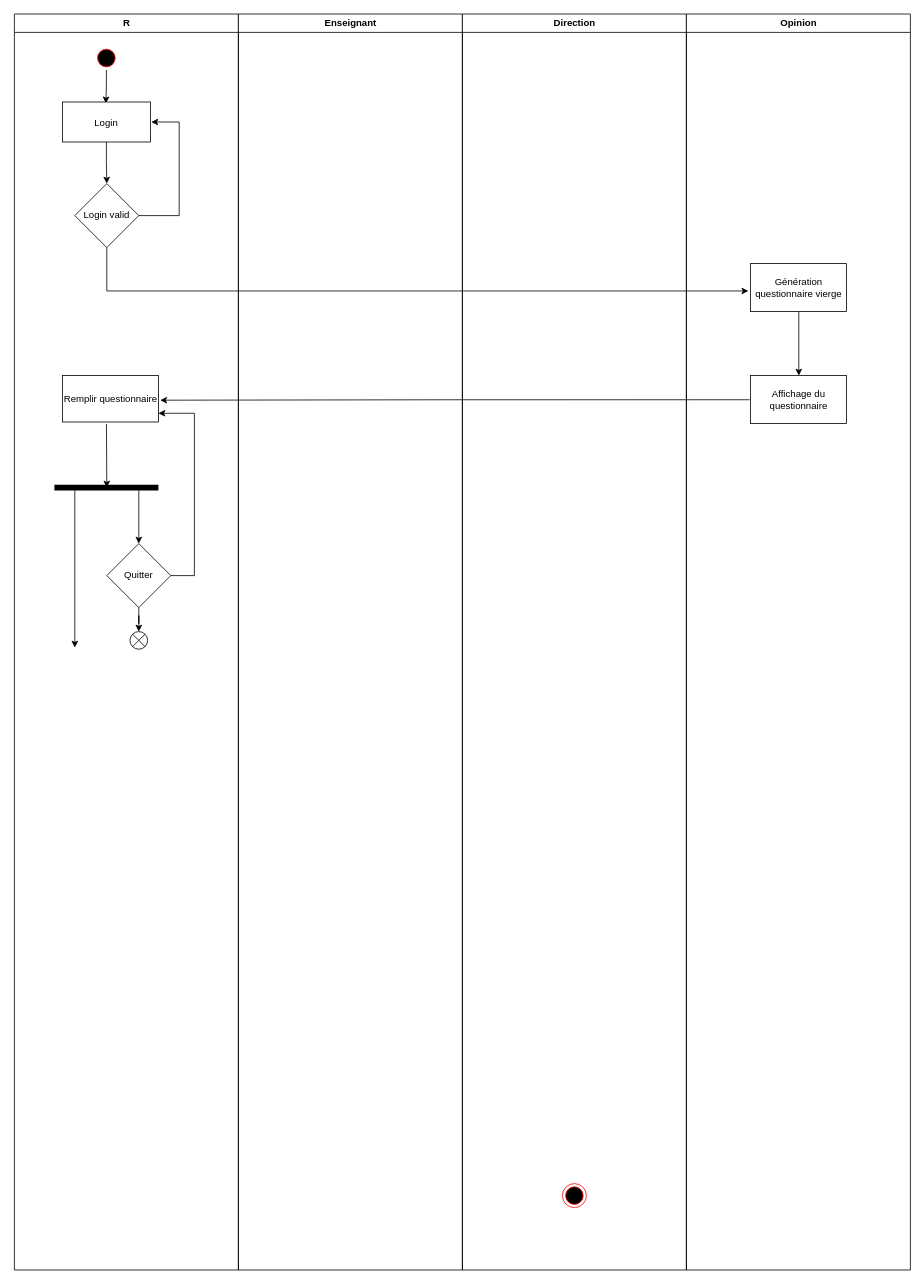
Above: DiagrameDActivite1.drawio in Devetik/Diagrammes (draw.io), before the change. Source tidied: cells renumbered, new cells numbered last; positions are measured from the earlier drawing's top-left corner, leaving out a move shared by most shapes. Both pictures are drawn from the tidied source at 80%, with x=0, y=0 at pixel (14, 14).
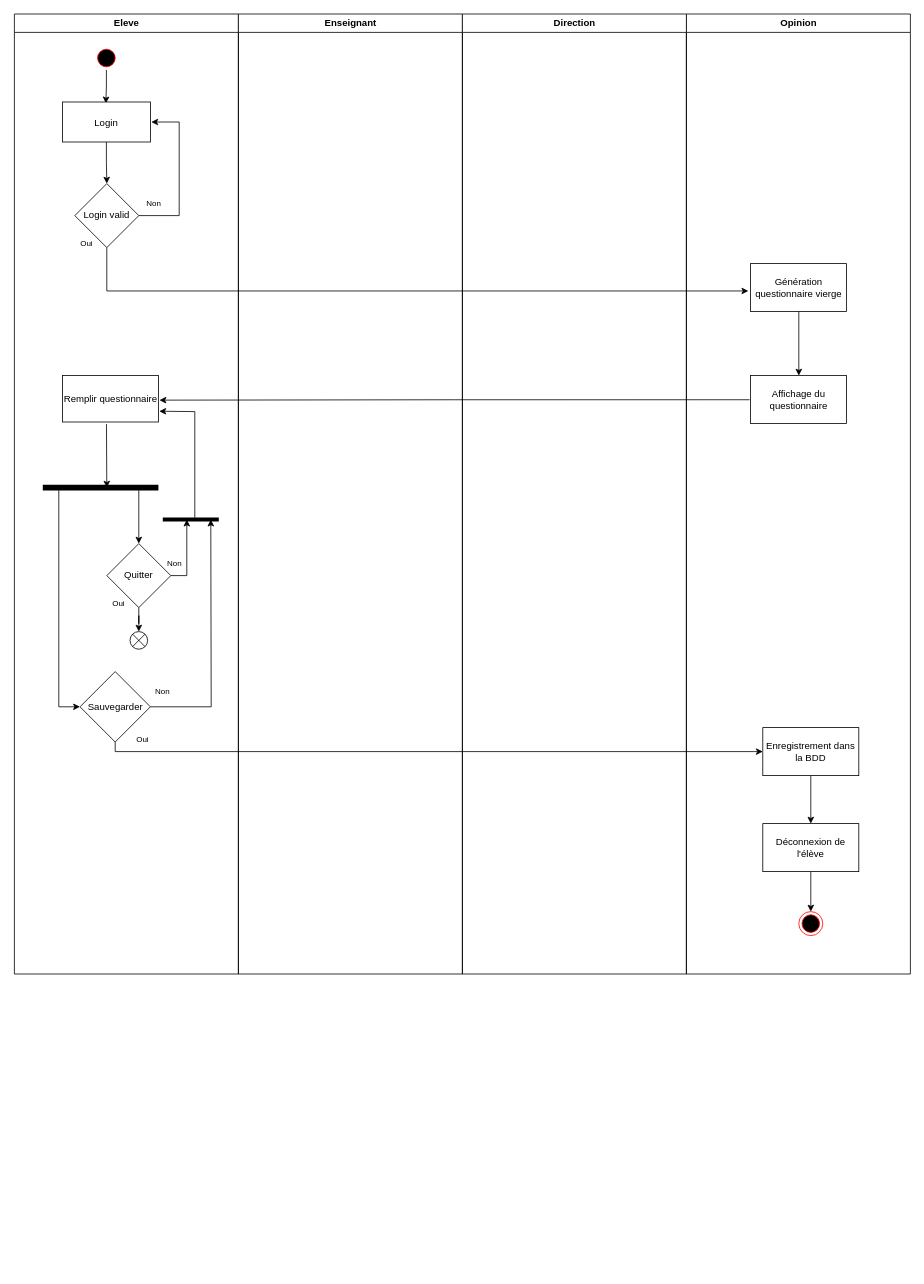
The same diagram, later.

The change refers to these unchanged cells:
```xml
<mxCell id="9" value="Remplir questionnaire" style="whiteSpace=wrap;html=1;fillColor=none;strokeColor=rgb(0, 0, 0);fontColor=rgb(0, 0, 0);" parent="2" vertex="1">
  <mxGeometry x="60" y="452" width="120" height="58" as="geometry" />
</mxCell>
<mxCell id="12" value="Quitter" style="rhombus;whiteSpace=wrap;html=1;fontColor=default;fillColor=none;" parent="2" vertex="1">
  <mxGeometry x="115.5" y="662" width="80" height="80" as="geometry" />
</mxCell>
<mxCell id="23" value="Affichage du questionnaire" style="whiteSpace=wrap;html=1;fillColor=none;strokeColor=rgb(0, 0, 0);fontColor=rgb(0, 0, 0);" parent="1" vertex="1">
  <mxGeometry x="920.5" y="452" width="120" height="60" as="geometry" />
</mxCell>
```

The edit, as a diff of the source:
```diff
@@
+    <mxCell id="19" value="Opinion" style="swimlane;whiteSpace=wrap;" parent="1" vertex="1">
+      <mxGeometry x="840.5" width="280" height="1200" as="geometry" />
+    </mxCell>
+    <mxCell id="20" value="Génération questionnaire vierge" style="whiteSpace=wrap;html=1;fillColor=none;strokeColor=rgb(0, 0, 0);" parent="19" vertex="1">
+      <mxGeometry x="80" y="312" width="120" height="60" as="geometry" />
+    </mxCell>
+    <mxCell id="27" value="Enregistrement dans la BDD" style="rounded=0;whiteSpace=wrap;html=1;fontColor=default;fillColor=none;" parent="19" vertex="1">
+      <mxGeometry x="95.5" y="892" width="120" height="60" as="geometry" />
+    </mxCell>
+    <mxCell id="28" value="Déconnexion de l'élève" style="rounded=0;whiteSpace=wrap;html=1;fontColor=default;fillColor=none;" parent="19" vertex="1">
+      <mxGeometry x="95.5" y="1012" width="120" height="60" as="geometry" />
+    </mxCell>
+    <mxCell id="29" style="ellipse;html=1;shape=endState;fillColor=#000000;strokeColor=#ff0000;fontColor=default;" parent="19" vertex="1">
+      <mxGeometry x="140.5" y="1122" width="30" height="30" as="geometry" />
+    </mxCell>
-    <mxCell id="2" value="R" style="swimlane;whiteSpace=wrap;" parent="1" vertex="1">
-      <mxGeometry x="0.5" width="280" height="1570" as="geometry" />
+    <mxCell id="2" value="Eleve" style="swimlane;whiteSpace=wrap;" parent="1" vertex="1">
+      <mxGeometry x="0.5" width="280" height="1200" as="geometry" />
     </mxCell>
@@
     <mxCell id="10" style="endArrow=none;html=1;rounded=0;fontColor=default;strokeWidth=7;" parent="2" edge="1">
       <mxGeometry relative="1" as="geometry">
-        <mxPoint x="50" y="592" as="sourcePoint" />
+        <mxPoint x="35.5" y="592" as="sourcePoint" />
         <mxPoint x="180" y="592" as="targetPoint" />
       </mxGeometry>
     </mxCell>
@@
-    <mxCell id="13" style="edgeStyle=orthogonalEdgeStyle;rounded=0;jettySize=auto;html=1;fontColor=default;strokeWidth=1;entryX=1;entryY=0.812;entryDx=0;entryDy=0;entryPerimeter=0;" parent="2" edge="1" source="12" target="9">
-      <mxGeometry relative="1" as="geometry">
-        <Array as="points">
-          <mxPoint x="225" y="702" />
-          <mxPoint x="225" y="499" />
-        </Array>
-      </mxGeometry>
-    </mxCell>
@@
+    <mxCell id="30" value="Sauvegarder" style="rhombus;whiteSpace=wrap;html=1;fontColor=default;fillColor=none;" parent="2" vertex="1">
+      <mxGeometry x="82" y="822" width="88" height="88" as="geometry" />
+    </mxCell>
+    <mxCell id="31" value="&lt;font style=&quot;font-size: 10px;&quot;&gt;Non&lt;/font&gt;" style="text;html=1;strokeColor=none;fillColor=none;align=center;verticalAlign=middle;whiteSpace=wrap;rounded=0;fontColor=default;" parent="2" vertex="1">
+      <mxGeometry x="144.5" y="222" width="60" height="30" as="geometry" />
+    </mxCell>
+    <mxCell id="32" value="&lt;font style=&quot;font-size: 10px;&quot;&gt;Non&lt;/font&gt;" style="text;html=1;strokeColor=none;fillColor=none;align=center;verticalAlign=middle;whiteSpace=wrap;rounded=0;fontColor=default;" parent="2" vertex="1">
+      <mxGeometry x="170" y="672" width="60" height="30" as="geometry" />
+    </mxCell>
+    <mxCell id="33" value="&lt;font style=&quot;font-size: 10px;&quot;&gt;Non&lt;/font&gt;" style="text;html=1;strokeColor=none;fillColor=none;align=center;verticalAlign=middle;whiteSpace=wrap;rounded=0;fontColor=default;" parent="2" vertex="1">
+      <mxGeometry x="155.5" y="832" width="60" height="30" as="geometry" />
+    </mxCell>
+    <mxCell id="34" value="&lt;font style=&quot;font-size: 10px;&quot;&gt;Oui&lt;/font&gt;" style="text;html=1;strokeColor=none;fillColor=none;align=center;verticalAlign=middle;whiteSpace=wrap;rounded=0;fontColor=default;" parent="2" vertex="1">
+      <mxGeometry x="130" y="892" width="60" height="30" as="geometry" />
+    </mxCell>
+    <mxCell id="35" value="&lt;font style=&quot;font-size: 10px;&quot;&gt;Oui&lt;/font&gt;" style="text;html=1;strokeColor=none;fillColor=none;align=center;verticalAlign=middle;whiteSpace=wrap;rounded=0;fontColor=default;" parent="2" vertex="1">
+      <mxGeometry x="100" y="722" width="60" height="30" as="geometry" />
+    </mxCell>
+    <mxCell id="36" value="&lt;font style=&quot;font-size: 10px;&quot;&gt;Oui&lt;/font&gt;" style="text;html=1;strokeColor=none;fillColor=none;align=center;verticalAlign=middle;whiteSpace=wrap;rounded=0;fontColor=default;" parent="2" vertex="1">
+      <mxGeometry x="60" y="272" width="60" height="30" as="geometry" />
+    </mxCell>
     <mxCell id="16" value="Enseignant" style="swimlane;whiteSpace=wrap;" parent="1" vertex="1">
-      <mxGeometry x="280.5" width="280" height="1570" as="geometry" />
+      <mxGeometry x="280.5" width="280" height="1200" as="geometry" />
     </mxCell>
     <mxCell id="17" value="Direction" style="swimlane;whiteSpace=wrap;" parent="1" vertex="1">
-      <mxGeometry x="560.5" width="280" height="1570" as="geometry" />
+      <mxGeometry x="560.5" width="280" height="1200" as="geometry" />
     </mxCell>
-    <mxCell id="18" style="ellipse;shape=endState;fillColor=#000000;strokeColor=#ff0000;" parent="17" vertex="1">
-      <mxGeometry x="125" y="1462" width="30" height="30" as="geometry" />
-    </mxCell>
-    <mxCell id="19" value="Opinion" style="swimlane;whiteSpace=wrap;" parent="1" vertex="1">
-      <mxGeometry x="840.5" width="280" height="1570" as="geometry" />
-    </mxCell>
-    <mxCell id="20" value="Génération questionnaire vierge" style="whiteSpace=wrap;html=1;fillColor=none;strokeColor=rgb(0, 0, 0);" parent="19" vertex="1">
-      <mxGeometry x="80" y="312" width="120" height="60" as="geometry" />
-    </mxCell>
@@
-    <mxCell id="22" style="edgeStyle=orthogonalEdgeStyle;rounded=0;jettySize=auto;html=1;fontColor=default;exitX=-0.008;exitY=0.503;exitDx=0;exitDy=0;exitPerimeter=0;entryX=1.019;entryY=0.53;entryDx=0;entryDy=0;entryPerimeter=0;" parent="1" edge="1" source="23" target="9">
+    <mxCell id="22" style="edgeStyle=orthogonalEdgeStyle;rounded=0;jettySize=auto;html=1;fontColor=default;exitX=-0.008;exitY=0.503;exitDx=0;exitDy=0;exitPerimeter=0;entryX=1.011;entryY=0.529;entryDx=0;entryDy=0;entryPerimeter=0;" parent="1" edge="1" source="23" target="9">
       <mxGeometry relative="1" as="geometry" />
     </mxCell>
@@
-    <mxCell id="26" style="endArrow=classic;html=1;rounded=0;fontColor=default;strokeWidth=1;" parent="1" edge="1">
+    <mxCell id="26" style="endArrow=classic;html=1;rounded=0;fontColor=default;strokeWidth=1;entryX=0;entryY=0.5;entryDx=0;entryDy=0;" parent="1" edge="1" target="30">
       <mxGeometry relative="1" as="geometry">
-        <mxPoint x="76" y="592" as="sourcePoint" />
-        <mxPoint x="76" y="792" as="targetPoint" />
+        <mxPoint x="56" y="592" as="sourcePoint" />
+        <Array as="points">
+          <mxPoint x="56" y="866" />
+        </Array>
       </mxGeometry>
     </mxCell>
+    <mxCell id="37" style="edgeStyle=orthogonalEdgeStyle;rounded=0;jettySize=auto;html=1;fontColor=default;endArrow=classic;endFill=1;strokeWidth=1;" parent="1" edge="1" source="30">
+      <mxGeometry relative="1" as="geometry">
+        <mxPoint x="936" y="922" as="targetPoint" />
+        <Array as="points">
+          <mxPoint x="126" y="922" />
+          <mxPoint x="926" y="922" />
+        </Array>
+      </mxGeometry>
+    </mxCell>
+    <mxCell id="38" style="edgeStyle=orthogonalEdgeStyle;rounded=0;orthogonalLoop=1;jettySize=auto;html=1;fontColor=default;endArrow=classic;endFill=1;strokeWidth=1;" parent="1" edge="1">
+      <mxGeometry relative="1" as="geometry">
+        <mxPoint x="996" y="952" as="sourcePoint" />
+        <mxPoint x="996" y="1012" as="targetPoint" />
+      </mxGeometry>
+    </mxCell>
+    <mxCell id="39" style="edgeStyle=orthogonalEdgeStyle;rounded=0;orthogonalLoop=1;jettySize=auto;html=1;fontColor=default;endArrow=classic;endFill=1;strokeWidth=1;" parent="1" edge="1">
+      <mxGeometry relative="1" as="geometry">
+        <mxPoint x="996" y="1072" as="sourcePoint" />
+        <mxPoint x="996" y="1122" as="targetPoint" />
+      </mxGeometry>
+    </mxCell>
+    <mxCell id="40" style="endArrow=none;html=1;rounded=0;fontColor=default;strokeWidth=5;" parent="1" edge="1">
+      <mxGeometry relative="1" as="geometry">
+        <mxPoint x="186" y="632" as="sourcePoint" />
+        <mxPoint x="256" y="632" as="targetPoint" />
+      </mxGeometry>
+    </mxCell>
+    <mxCell id="41" style="edgeStyle=orthogonalEdgeStyle;rounded=0;jettySize=auto;html=1;fontColor=default;endArrow=classic;endFill=1;strokeWidth=1;" parent="1" edge="1" source="30">
+      <mxGeometry relative="1" as="geometry">
+        <mxPoint x="246" y="632" as="targetPoint" />
+      </mxGeometry>
+    </mxCell>
+    <mxCell id="42" style="edgeStyle=orthogonalEdgeStyle;rounded=0;jettySize=auto;html=1;fontColor=default;endArrow=classic;endFill=1;strokeWidth=1;" parent="1" edge="1" source="12">
+      <mxGeometry relative="1" as="geometry">
+        <mxPoint x="216" y="632" as="targetPoint" />
+        <Array as="points">
+          <mxPoint x="216" y="702" />
+        </Array>
+      </mxGeometry>
+    </mxCell>
+    <mxCell id="43" style="endArrow=classic;html=1;rounded=0;fontColor=default;strokeWidth=1;entryX=1.009;entryY=0.768;entryDx=0;entryDy=0;entryPerimeter=0;" parent="1" edge="1" target="9">
+      <mxGeometry relative="1" as="geometry">
+        <mxPoint x="226" y="632" as="sourcePoint" />
+        <Array as="points">
+          <mxPoint x="226" y="497" />
+        </Array>
+      </mxGeometry>
+    </mxCell>
```
